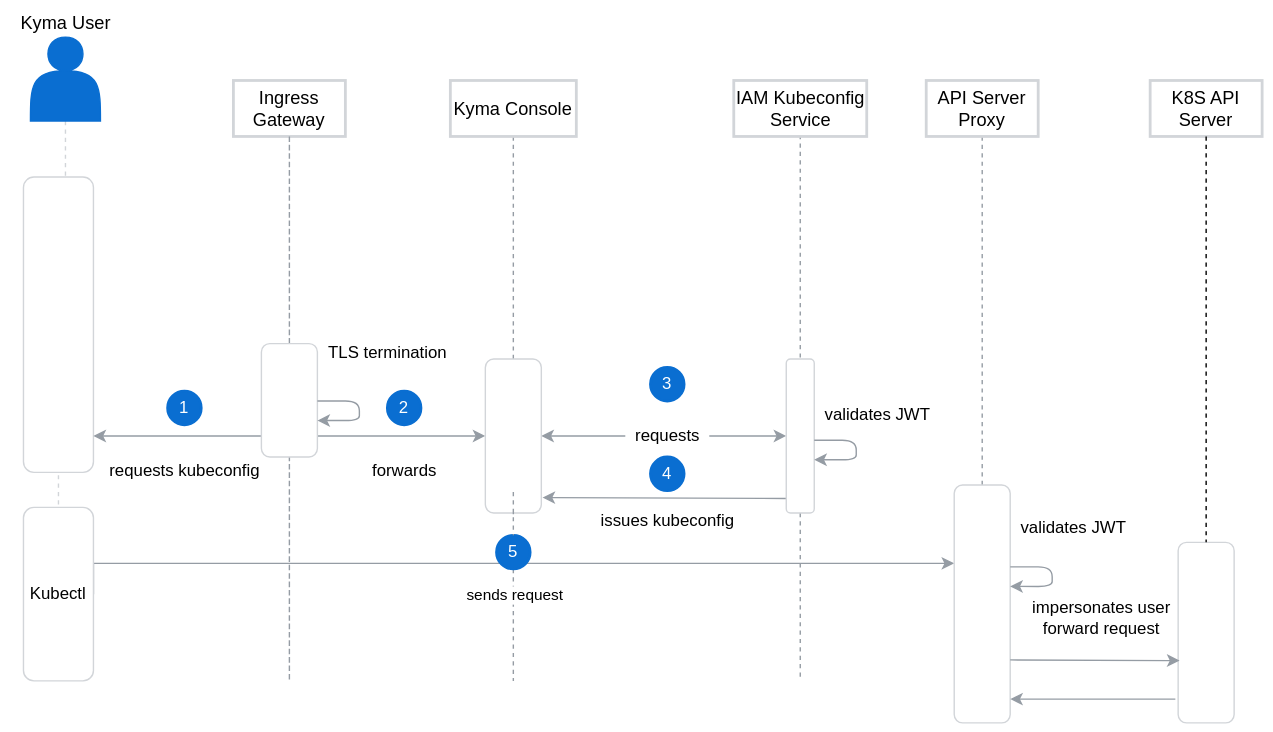
Above: docs/security/assets/kyma-access-kubectl.svg in kyma-project/kyma (draw.io), before the change. Source tidied: cells renumbered, new cells last; positions are measured from the earlier drawing's top-left corner, leaving out a move shared by most shapes. Its diagram source:
```xml
<mxGraphModel>
  <root>
    <mxCell id="0" />
    <mxCell id="1" parent="0" />
    <mxCell id="2" style="edgeStyle=orthogonalEdgeStyle;rounded=0;orthogonalLoop=1;jettySize=auto;html=1;dashed=1;endArrow=none;endFill=0;strokeColor=#959CA4;" parent="1" edge="1">
      <mxGeometry relative="1" as="geometry">
        <mxPoint x="565" y="90" as="sourcePoint" />
        <mxPoint x="565" y="480" as="targetPoint" />
      </mxGeometry>
    </mxCell>
    <mxCell id="3" style="edgeStyle=orthogonalEdgeStyle;rounded=0;jettySize=auto;html=1;dashed=1;endArrow=none;endFill=0;exitX=0.5;exitY=1;exitDx=0;exitDy=0;strokeColor=#D2D5D9;" parent="1" edge="1" source="19" target="15">
      <mxGeometry relative="1" as="geometry" />
    </mxCell>
    <mxCell id="4" value="Ingress Gateway" style="rounded=0;whiteSpace=wrap;html=1;strokeColor=#D2D5D9;strokeWidth=2;fontSize=13;" parent="1" vertex="1">
      <mxGeometry x="160" y="51" width="80" height="40" as="geometry" />
    </mxCell>
    <mxCell id="5" style="edgeStyle=orthogonalEdgeStyle;rounded=0;jettySize=auto;html=1;endArrow=none;endFill=0;dashed=1;strokeWidth=1;strokeColor=#959CA4;" parent="1" edge="1" source="45">
      <mxGeometry relative="1" as="geometry">
        <mxPoint x="360" y="480" as="targetPoint" />
      </mxGeometry>
    </mxCell>
    <mxCell id="6" value="IAM Kubeconfig Service" style="rounded=0;whiteSpace=wrap;html=1;strokeColor=#D2D5D9;strokeWidth=2;fontSize=13;" parent="1" vertex="1">
      <mxGeometry x="517.5" y="51" width="95" height="40" as="geometry" />
    </mxCell>
    <mxCell id="7" style="edgeStyle=orthogonalEdgeStyle;rounded=0;jettySize=auto;html=1;dashed=1;endArrow=none;endFill=0;strokeColor=#959CA4;" parent="1" edge="1" source="8">
      <mxGeometry relative="1" as="geometry">
        <mxPoint x="695" y="470" as="targetPoint" />
      </mxGeometry>
    </mxCell>
    <mxCell id="8" value="API Server Proxy" style="rounded=0;whiteSpace=wrap;html=1;strokeColor=#D2D5D9;strokeWidth=2;fontSize=13;" parent="1" vertex="1">
      <mxGeometry x="655" y="51" width="80" height="40" as="geometry" />
    </mxCell>
    <mxCell id="9" value="K8S API Server" style="rounded=0;whiteSpace=wrap;html=1;strokeColor=#D2D5D9;strokeWidth=2;fontSize=13;" parent="1" vertex="1">
      <mxGeometry x="815" y="51" width="80" height="40" as="geometry" />
    </mxCell>
    <mxCell id="10" style="rounded=1;whiteSpace=wrap;html=1;strokeColor=#D2D5D9;" parent="1" vertex="1">
      <mxGeometry x="10" y="120" width="50" height="211" as="geometry" />
    </mxCell>
    <mxCell id="11" style="edgeStyle=orthogonalEdgeStyle;rounded=0;jettySize=auto;html=1;dashed=1;endArrow=none;endFill=0;strokeColor=#959CA4;" parent="1" edge="1" source="4">
      <mxGeometry relative="1" as="geometry">
        <mxPoint x="200" y="91" as="targetPoint" />
        <Array as="points">
          <mxPoint x="200" y="480" />
          <mxPoint x="200" y="480" />
        </Array>
      </mxGeometry>
    </mxCell>
    <mxCell id="12" style="edgeStyle=orthogonalEdgeStyle;rounded=0;jettySize=auto;html=1;endArrow=none;endFill=0;dashed=1;strokeWidth=1;strokeColor=#959CA4;" parent="1" edge="1" source="38">
      <mxGeometry relative="1" as="geometry">
        <mxPoint x="360" y="290" as="targetPoint" />
      </mxGeometry>
    </mxCell>
    <mxCell id="13" style="edgeStyle=orthogonalEdgeStyle;rounded=0;jettySize=auto;html=1;startArrow=none;startFill=0;endArrow=classic;endFill=1;strokeWidth=1;exitX=1;exitY=0.5;exitDx=0;exitDy=0;strokeColor=#959CA4;" parent="1" edge="1" source="15" target="16">
      <mxGeometry relative="1" as="geometry">
        <Array as="points">
          <mxPoint x="60" y="396" />
        </Array>
      </mxGeometry>
    </mxCell>
    <mxCell id="14" value="sends request" style="edgeLabel;html=1;align=center;verticalAlign=middle;" parent="13" vertex="1">
      <mxGeometry x="-0.06" y="1" relative="1" as="geometry">
        <mxPoint x="22" y="23" as="offset" />
      </mxGeometry>
    </mxCell>
    <mxCell id="15" value="Kubectl" style="rounded=1;whiteSpace=wrap;html=1;strokeColor=#D2D5D9;" parent="1" vertex="1">
      <mxGeometry x="10" y="356" width="50" height="124" as="geometry" />
    </mxCell>
    <mxCell id="16" style="rounded=1;whiteSpace=wrap;html=1;strokeColor=#D2D5D9;" parent="1" vertex="1">
      <mxGeometry x="675" y="340" width="40" height="170" as="geometry" />
    </mxCell>
    <mxCell id="17" style="rounded=1;whiteSpace=wrap;html=1;strokeColor=#D2D5D9;" parent="1" vertex="1">
      <mxGeometry x="835" y="381" width="40" height="129" as="geometry" />
    </mxCell>
    <mxCell id="18" style="edgeStyle=orthogonalEdgeStyle;rounded=0;jettySize=auto;html=1;dashed=1;endArrow=none;endFill=0;" parent="1" edge="1" source="9" target="17">
      <mxGeometry relative="1" as="geometry" />
    </mxCell>
    <mxCell id="19" style="shape=actor;whiteSpace=wrap;html=1;rounded=1;fillColor=#0A6ED1;strokeColor=#0A6ED1;" parent="1" vertex="1">
      <mxGeometry x="15" y="20" width="50" height="60" as="geometry" />
    </mxCell>
    <mxCell id="20" style="endArrow=classic;html=1;startArrow=classic;startFill=1;strokeColor=#959CA4;" parent="1" edge="1">
      <mxGeometry relative="1" as="geometry">
        <mxPoint x="60" y="305" as="sourcePoint" />
        <mxPoint x="340" y="305" as="targetPoint" />
      </mxGeometry>
    </mxCell>
    <mxCell id="21" value="requests kubeconfig" style="text;html=1;align=center;verticalAlign=middle;" parent="1" vertex="1">
      <mxGeometry x="65" y="320" width="120" height="20" as="geometry" />
    </mxCell>
    <mxCell id="22" style="endArrow=classic;startArrow=classic;html=1;entryX=0.5;entryY=1;entryDx=0;entryDy=0;exitX=1;exitY=0.5;exitDx=0;exitDy=0;strokeColor=#959CA4;" parent="1" edge="1" source="37" target="23">
      <mxGeometry relative="1" as="geometry" />
    </mxCell>
    <mxCell id="23" style="rounded=1;whiteSpace=wrap;html=1;fillColor=#FFFFFF;rotation=90;strokeColor=#D2D5D9;" parent="1" vertex="1">
      <mxGeometry x="510" y="295" width="110" height="20" as="geometry" />
    </mxCell>
    <mxCell id="24" value="validates JWT" style="text;html=1;align=center;verticalAlign=middle;" parent="1" vertex="1">
      <mxGeometry x="575" y="280" width="90" height="20" as="geometry" />
    </mxCell>
    <mxCell id="25" style="endArrow=classic;html=1;exitX=0.906;exitY=1.019;exitDx=0;exitDy=0;entryX=1.021;entryY=0.9;entryDx=0;entryDy=0;strokeColor=#959CA4;entryPerimeter=0;exitPerimeter=0;" parent="1" edge="1" source="23" target="37">
      <mxGeometry relative="1" as="geometry" />
    </mxCell>
    <mxCell id="26" value="issues kubeconfig" style="text;html=1;align=center;verticalAlign=middle;strokeColor=#FFFFFF;" parent="1" vertex="1">
      <mxGeometry x="415" y="356" width="110" height="20" as="geometry" />
    </mxCell>
    <mxCell id="27" value="validates JWT" style="text;html=1;align=center;verticalAlign=middle;" parent="1" vertex="1">
      <mxGeometry x="715" y="361" width="90" height="20" as="geometry" />
    </mxCell>
    <mxCell id="28" style="edgeStyle=orthogonalEdgeStyle;orthogonalLoop=1;jettySize=auto;html=1;entryX=1;entryY=0.407;entryDx=0;entryDy=0;endArrow=classic;endFill=1;strokeWidth=1;entryPerimeter=0;strokeColor=#959CA4;rounded=1;" parent="1" edge="1">
      <mxGeometry relative="1" as="geometry">
        <mxPoint x="715" y="398.5" as="sourcePoint" />
        <mxPoint x="715" y="412.5" as="targetPoint" />
        <Array as="points">
          <mxPoint x="745" y="398.5" />
          <mxPoint x="745" y="412.5" />
        </Array>
      </mxGeometry>
    </mxCell>
    <mxCell id="29" style="edgeStyle=orthogonalEdgeStyle;orthogonalLoop=1;jettySize=auto;html=1;entryX=1;entryY=0.407;entryDx=0;entryDy=0;endArrow=classic;endFill=1;strokeWidth=1;entryPerimeter=0;strokeColor=#959CA4;rounded=1;" parent="1" edge="1">
      <mxGeometry relative="1" as="geometry">
        <mxPoint x="575" y="308" as="sourcePoint" />
        <mxPoint x="575" y="322" as="targetPoint" />
        <Array as="points">
          <mxPoint x="605" y="308" />
          <mxPoint x="605" y="322" />
        </Array>
      </mxGeometry>
    </mxCell>
    <mxCell id="30" style="endArrow=classic;html=1;entryX=0.025;entryY=0.655;entryDx=0;entryDy=0;entryPerimeter=0;strokeColor=#959CA4;" parent="1" edge="1" target="17">
      <mxGeometry relative="1" as="geometry">
        <mxPoint x="715" y="465" as="sourcePoint" />
      </mxGeometry>
    </mxCell>
    <mxCell id="31" value="impersonates user&lt;br&gt;forward request" style="text;html=1;align=center;verticalAlign=middle;" parent="1" vertex="1">
      <mxGeometry x="725" y="420" width="110" height="30" as="geometry" />
    </mxCell>
    <mxCell id="32" style="endArrow=classic;html=1;strokeColor=#959CA4;" parent="1" edge="1">
      <mxGeometry relative="1" as="geometry">
        <mxPoint x="833" y="493" as="sourcePoint" />
        <mxPoint x="715" y="493" as="targetPoint" />
      </mxGeometry>
    </mxCell>
    <mxCell id="33" style="rounded=1;whiteSpace=wrap;html=1;strokeColor=#D2D5D9;" parent="1" vertex="1">
      <mxGeometry x="180" y="239" width="40" height="81" as="geometry" />
    </mxCell>
    <mxCell id="34" value="TLS termination" style="text;html=1;align=center;verticalAlign=middle;" parent="1" vertex="1">
      <mxGeometry x="220" y="236" width="100" height="20" as="geometry" />
    </mxCell>
    <mxCell id="35" style="edgeStyle=orthogonalEdgeStyle;orthogonalLoop=1;jettySize=auto;html=1;entryX=1;entryY=0.407;entryDx=0;entryDy=0;endArrow=classic;endFill=1;strokeWidth=1;entryPerimeter=0;strokeColor=#959CA4;rounded=1;" parent="1" edge="1">
      <mxGeometry relative="1" as="geometry">
        <mxPoint x="220" y="280" as="sourcePoint" />
        <mxPoint x="220" y="294" as="targetPoint" />
        <Array as="points">
          <mxPoint x="250" y="280" />
          <mxPoint x="250" y="294" />
        </Array>
      </mxGeometry>
    </mxCell>
    <mxCell id="36" style="edgeStyle=orthogonalEdgeStyle;rounded=0;jettySize=auto;html=1;exitX=0.5;exitY=0;exitDx=0;exitDy=0;entryX=0.5;entryY=1;entryDx=0;entryDy=0;startArrow=none;startFill=0;endArrow=none;endFill=0;strokeWidth=1;dashed=1;" parent="1" edge="1" source="37">
      <mxGeometry relative="1" as="geometry">
        <mxPoint x="360" y="270" as="targetPoint" />
      </mxGeometry>
    </mxCell>
    <mxCell id="37" style="rounded=1;whiteSpace=wrap;html=1;strokeColor=#D2D5D9;" parent="1" vertex="1">
      <mxGeometry x="340" y="250" width="40" height="110" as="geometry" />
    </mxCell>
    <mxCell id="38" value="Kyma Console" style="rounded=0;whiteSpace=wrap;html=1;strokeColor=#D2D5D9;strokeWidth=2;fontSize=13;" parent="1" vertex="1">
      <mxGeometry x="315" y="51" width="90" height="40" as="geometry" />
    </mxCell>
    <mxCell id="39" value="requests" style="text;html=1;align=center;verticalAlign=middle;fillColor=#ffffff;" parent="1" vertex="1">
      <mxGeometry x="440" y="295" width="60" height="20" as="geometry" />
    </mxCell>
    <mxCell id="40" value="forwards" style="text;html=1;align=center;verticalAlign=middle;" parent="1" vertex="1">
      <mxGeometry x="252" y="320" width="60" height="20" as="geometry" />
    </mxCell>
    <mxCell id="41" value="&lt;font color=&quot;#FFFFFF&quot;&gt;1&lt;/font&gt;" style="ellipse;whiteSpace=wrap;html=1;strokeWidth=2;fillColor=#0A6ED1;strokeColor=#0A6ED1;" parent="1" vertex="1">
      <mxGeometry x="113" y="273" width="24" height="24" as="geometry" />
    </mxCell>
    <mxCell id="42" value="&lt;font color=&quot;#FFFFFF&quot;&gt;2&lt;/font&gt;" style="ellipse;whiteSpace=wrap;html=1;strokeWidth=2;fillColor=#0A6ED1;strokeColor=#0A6ED1;" parent="1" vertex="1">
      <mxGeometry x="270" y="273" width="24" height="24" as="geometry" />
    </mxCell>
    <mxCell id="43" value="3" style="ellipse;whiteSpace=wrap;html=1;strokeWidth=2;fillColor=#0A6ED1;strokeColor=#0A6ED1;fontColor=#FFFFFF;" parent="1" vertex="1">
      <mxGeometry x="458" y="256" width="24" height="24" as="geometry" />
    </mxCell>
    <mxCell id="44" value="4" style="ellipse;whiteSpace=wrap;html=1;strokeWidth=2;fillColor=#0A6ED1;strokeColor=#0A6ED1;fontColor=#FFFFFF;" parent="1" vertex="1">
      <mxGeometry x="458" y="320" width="24" height="24" as="geometry" />
    </mxCell>
    <mxCell id="45" value="5" style="ellipse;whiteSpace=wrap;html=1;strokeWidth=2;fillColor=#0A6ED1;strokeColor=#0A6ED1;fontColor=#FFFFFF;" parent="1" vertex="1">
      <mxGeometry x="348" y="376" width="24" height="24" as="geometry" />
    </mxCell>
    <mxCell id="46" style="edgeStyle=orthogonalEdgeStyle;rounded=0;jettySize=auto;html=1;endArrow=none;endFill=0;dashed=1;strokeWidth=1;strokeColor=#959CA4;" parent="1" edge="1" target="45">
      <mxGeometry relative="1" as="geometry">
        <mxPoint x="360" y="345" as="sourcePoint" />
      </mxGeometry>
    </mxCell>
    <mxCell id="47" value="Kyma User" style="text;html=1;align=center;verticalAlign=middle;fontSize=13;" parent="1" vertex="1">
      <mxGeometry width="80" height="20" as="geometry" />
    </mxCell>
  </root>
</mxGraphModel>
```
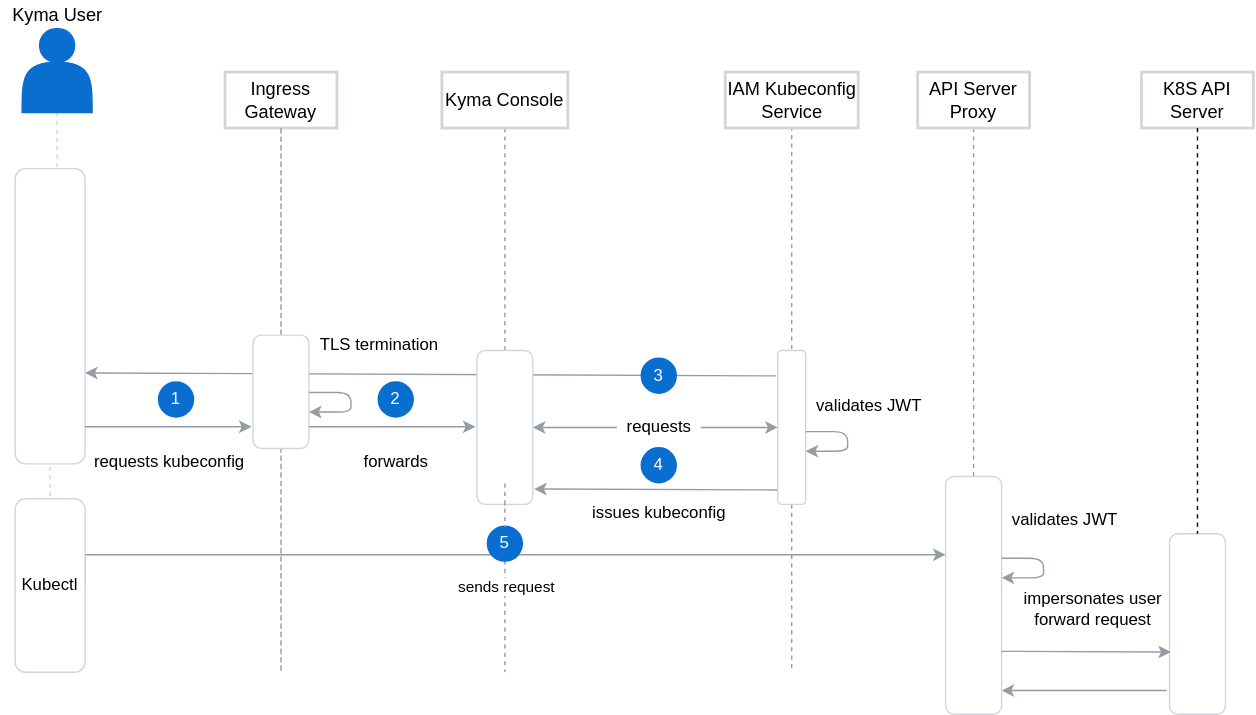
Later version of the same file.

Commit message:
Correct diagram

Change to the diagram source:
```diff
@@ -2,6 +2,11 @@
   <root>
     <mxCell id="0" />
     <mxCell id="1" parent="0" />
+    <mxCell id="48" style="endArrow=classic;html=1;exitX=0.906;exitY=1.019;exitDx=0;exitDy=0;entryX=1;entryY=0.692;entryDx=0;entryDy=0;strokeColor=#959CA4;entryPerimeter=0;exitPerimeter=0;" parent="1" edge="1" target="10">
+      <mxGeometry relative="1" as="geometry">
+        <mxPoint x="553.8" y="268.2" as="sourcePoint" />
+      </mxGeometry>
+    </mxCell>
     <mxCell id="2" style="edgeStyle=orthogonalEdgeStyle;rounded=0;orthogonalLoop=1;jettySize=auto;html=1;dashed=1;endArrow=none;endFill=0;strokeColor=#959CA4;" parent="1" edge="1">
       <mxGeometry relative="1" as="geometry">
         <mxPoint x="565" y="90" as="sourcePoint" />
@@ -77,14 +82,8 @@
     <mxCell id="19" style="shape=actor;whiteSpace=wrap;html=1;rounded=1;fillColor=#0A6ED1;strokeColor=#0A6ED1;" parent="1" vertex="1">
       <mxGeometry x="15" y="20" width="50" height="60" as="geometry" />
     </mxCell>
-    <mxCell id="20" style="endArrow=classic;html=1;startArrow=classic;startFill=1;strokeColor=#959CA4;" parent="1" edge="1">
-      <mxGeometry relative="1" as="geometry">
-        <mxPoint x="60" y="305" as="sourcePoint" />
-        <mxPoint x="340" y="305" as="targetPoint" />
-      </mxGeometry>
-    </mxCell>
     <mxCell id="21" value="requests kubeconfig" style="text;html=1;align=center;verticalAlign=middle;" parent="1" vertex="1">
-      <mxGeometry x="65" y="320" width="120" height="20" as="geometry" />
+      <mxGeometry x="60" y="320" width="120" height="20" as="geometry" />
     </mxCell>
     <mxCell id="22" style="endArrow=classic;startArrow=classic;html=1;entryX=0.5;entryY=1;entryDx=0;entryDy=0;exitX=1;exitY=0.5;exitDx=0;exitDy=0;strokeColor=#959CA4;" parent="1" edge="1" source="37" target="23">
       <mxGeometry relative="1" as="geometry" />
@@ -194,5 +193,17 @@
     <mxCell id="47" value="Kyma User" style="text;html=1;align=center;verticalAlign=middle;fontSize=13;" parent="1" vertex="1">
       <mxGeometry width="80" height="20" as="geometry" />
     </mxCell>
+    <mxCell id="49" style="endArrow=none;html=1;strokeColor=#959CA4;entryX=-0.033;entryY=-0.25;entryDx=0;entryDy=0;entryPerimeter=0;startArrow=classic;startFill=1;endFill=0;" parent="1" edge="1">
+      <mxGeometry relative="1" as="geometry">
+        <mxPoint x="339" y="304.5" as="sourcePoint" />
+        <mxPoint x="220" y="304.5" as="targetPoint" />
+      </mxGeometry>
+    </mxCell>
+    <mxCell id="50" style="endArrow=none;html=1;strokeColor=#959CA4;entryX=-0.033;entryY=-0.25;entryDx=0;entryDy=0;entryPerimeter=0;startArrow=classic;startFill=1;endFill=0;" parent="1" edge="1">
+      <mxGeometry relative="1" as="geometry">
+        <mxPoint x="179" y="304.5" as="sourcePoint" />
+        <mxPoint x="60" y="304.5" as="targetPoint" />
+      </mxGeometry>
+    </mxCell>
   </root>
 </mxGraphModel>
```
